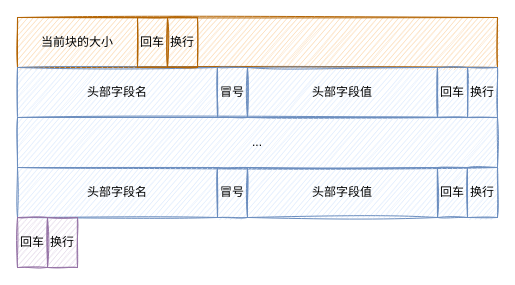
This is ck http chunk data.drawio from leonce28/draw-io-img, a draw.io file, before an edit. Source tidied: cells renumbered, new cells numbered last; positions are measured from the earlier drawing's top-left corner, leaving out a move shared by most shapes. Both pictures are drawn from the tidied source at 100%, with x=0, y=0 at pixel (17, 17).
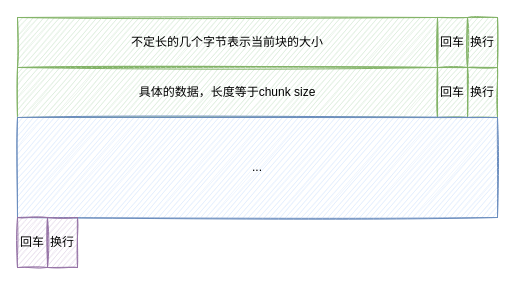
Above is the later version.

What changed in the source:
```diff
@@
 <mxGraphModel>
   <root>
     <mxCell id="0" />
     <mxCell id="1" parent="0" />
-    <mxCell id="2" style="rounded=0;whiteSpace=wrap;html=1;fillStyle=auto;fillColor=#fad7ac;gradientDirection=north;sketch=1;strokeColor=#b46504;" parent="1" vertex="1">
-      <mxGeometry width="480" height="50" as="geometry" />
-    </mxCell>
-    <mxCell id="3" value="当前块的大小" style="rounded=0;whiteSpace=wrap;html=1;fillStyle=auto;fillColor=none;gradientDirection=north;sketch=0;strokeColor=#b46504;" parent="1" vertex="1">
-      <mxGeometry width="120" height="50" as="geometry" />
+    <mxCell id="3" value="不定长的几个字节表示当前块的大小" style="rounded=0;whiteSpace=wrap;html=1;fillStyle=auto;fillColor=#d5e8d4;gradientDirection=north;sketch=1;strokeColor=#82b366;" parent="1" vertex="1">
+      <mxGeometry width="420" height="50" as="geometry" />
     </mxCell>
-    <mxCell id="4" value="头部字段名" style="rounded=0;whiteSpace=wrap;html=1;fillStyle=auto;fillColor=#dae8fc;gradientDirection=north;sketch=1;strokeColor=#6c8ebf;" parent="1" vertex="1">
-      <mxGeometry y="50" width="200" height="50" as="geometry" />
+    <mxCell id="4" value="具体的数据，长度等于chunk size" style="rounded=0;whiteSpace=wrap;html=1;fillStyle=auto;fillColor=#d5e8d4;gradientDirection=north;sketch=1;strokeColor=#82b366;" parent="1" vertex="1">
+      <mxGeometry y="50" width="420" height="50" as="geometry" />
     </mxCell>
-    <mxCell id="5" value="冒号" style="rounded=0;whiteSpace=wrap;html=1;fillStyle=auto;fillColor=#dae8fc;gradientDirection=north;sketch=1;strokeColor=#6c8ebf;" parent="1" vertex="1">
-      <mxGeometry x="200" y="50" width="30" height="50" as="geometry" />
-    </mxCell>
-    <mxCell id="6" value="头部字段值" style="rounded=0;whiteSpace=wrap;html=1;fillStyle=auto;fillColor=#dae8fc;gradientDirection=north;sketch=1;strokeColor=#6c8ebf;" parent="1" vertex="1">
-      <mxGeometry x="230" y="50" width="190" height="50" as="geometry" />
-    </mxCell>
-    <mxCell id="7" value="回车" style="rounded=0;whiteSpace=wrap;html=1;fillStyle=auto;fillColor=#dae8fc;gradientDirection=north;sketch=1;strokeColor=#6c8ebf;" parent="1" vertex="1">
+    <mxCell id="7" value="回车" style="rounded=0;whiteSpace=wrap;html=1;fillStyle=auto;fillColor=#d5e8d4;gradientDirection=north;sketch=1;strokeColor=#82b366;" parent="1" vertex="1">
       <mxGeometry x="420" y="50" width="30" height="50" as="geometry" />
     </mxCell>
-    <mxCell id="8" value="换行" style="rounded=0;whiteSpace=wrap;html=1;fillStyle=auto;fillColor=#dae8fc;gradientDirection=north;sketch=1;strokeColor=#6c8ebf;" parent="1" vertex="1">
+    <mxCell id="8" value="换行" style="rounded=0;whiteSpace=wrap;html=1;fillStyle=auto;fillColor=#d5e8d4;gradientDirection=north;sketch=1;strokeColor=#82b366;" parent="1" vertex="1">
       <mxGeometry x="450" y="50" width="30" height="50" as="geometry" />
     </mxCell>
     <mxCell id="9" value="..." style="rounded=0;whiteSpace=wrap;html=1;fillStyle=auto;fillColor=#dae8fc;gradientDirection=north;sketch=1;strokeColor=#6c8ebf;" parent="1" vertex="1">
-      <mxGeometry y="100" width="480" height="50" as="geometry" />
+      <mxGeometry y="100" width="480" height="100" as="geometry" />
     </mxCell>
-    <mxCell id="10" value="头部字段名" style="rounded=0;whiteSpace=wrap;html=1;fillStyle=auto;fillColor=#dae8fc;gradientDirection=north;sketch=1;strokeColor=#6c8ebf;" parent="1" vertex="1">
-      <mxGeometry y="150" width="200" height="50" as="geometry" />
-    </mxCell>
-    <mxCell id="11" value="冒号" style="rounded=0;whiteSpace=wrap;html=1;fillStyle=auto;fillColor=#dae8fc;gradientDirection=north;sketch=1;strokeColor=#6c8ebf;" parent="1" vertex="1">
-      <mxGeometry x="200" y="150" width="30" height="50" as="geometry" />
-    </mxCell>
-    <mxCell id="12" value="头部字段值" style="rounded=0;whiteSpace=wrap;html=1;fillStyle=auto;fillColor=#dae8fc;gradientDirection=north;sketch=1;strokeColor=#6c8ebf;" parent="1" vertex="1">
-      <mxGeometry x="230" y="150" width="190" height="50" as="geometry" />
-    </mxCell>
-    <mxCell id="13" value="回车" style="rounded=0;whiteSpace=wrap;html=1;fillStyle=auto;fillColor=#dae8fc;gradientDirection=north;sketch=1;strokeColor=#6c8ebf;" parent="1" vertex="1">
-      <mxGeometry x="420" y="150" width="30" height="50" as="geometry" />
-    </mxCell>
-    <mxCell id="14" value="换行" style="rounded=0;whiteSpace=wrap;html=1;fillStyle=auto;fillColor=#dae8fc;gradientDirection=north;sketch=1;strokeColor=#6c8ebf;" parent="1" vertex="1">
-      <mxGeometry x="450" y="150" width="30" height="50" as="geometry" />
-    </mxCell>
     <mxCell id="15" value="回车" style="rounded=0;whiteSpace=wrap;html=1;fillStyle=auto;fillColor=#e1d5e7;gradientDirection=north;sketch=1;strokeColor=#9673a6;" parent="1" vertex="1">
       <mxGeometry y="200" width="30" height="50" as="geometry" />
     </mxCell>
     <mxCell id="16" value="换行" style="rounded=0;whiteSpace=wrap;html=1;fillStyle=auto;fillColor=#e1d5e7;gradientDirection=north;sketch=1;strokeColor=#9673a6;" parent="1" vertex="1">
       <mxGeometry x="30" y="200" width="30" height="50" as="geometry" />
     </mxCell>
-    <mxCell id="17" value="回车" style="rounded=0;whiteSpace=wrap;html=1;fillStyle=auto;fillColor=none;gradientDirection=north;sketch=1;strokeColor=#b46504;" parent="1" vertex="1">
-      <mxGeometry x="120" width="30" height="50" as="geometry" />
+    <mxCell id="17" value="回车" style="rounded=0;whiteSpace=wrap;html=1;fillStyle=auto;fillColor=#d5e8d4;gradientDirection=north;sketch=1;strokeColor=#82b366;" parent="1" vertex="1">
+      <mxGeometry x="420" width="30" height="50" as="geometry" />
     </mxCell>
-    <mxCell id="18" value="换行" style="rounded=0;whiteSpace=wrap;html=1;fillStyle=auto;fillColor=none;gradientDirection=north;sketch=1;strokeColor=#b46504;" parent="1" vertex="1">
-      <mxGeometry x="150" width="30" height="50" as="geometry" />
+    <mxCell id="18" value="换行" style="rounded=0;whiteSpace=wrap;html=1;fillStyle=auto;fillColor=#d5e8d4;gradientDirection=north;sketch=1;strokeColor=#82b366;" parent="1" vertex="1">
+      <mxGeometry x="450" width="30" height="50" as="geometry" />
     </mxCell>
   </root>
 </mxGraphModel>
```
